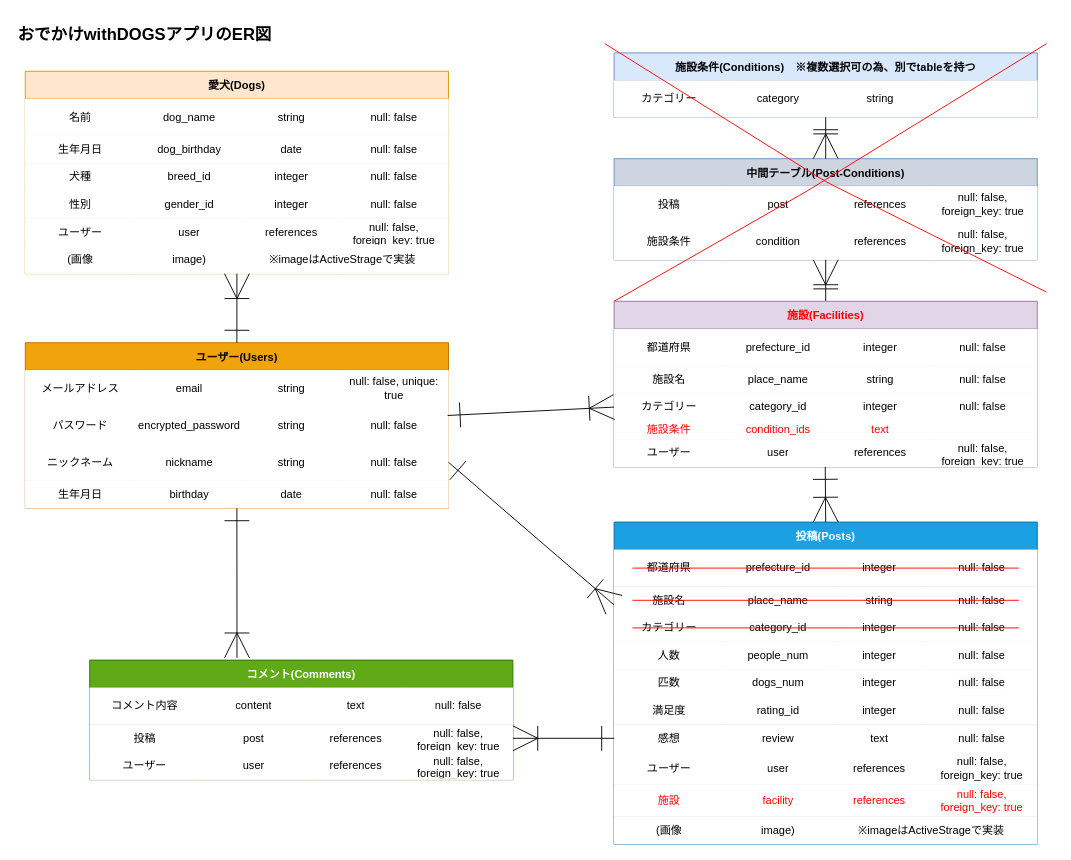
The draw.io diagram OwD_ER.dio in ChisatoMatoba/odekake-with-dogs, before the edit. Source tidied: cells renumbered, new cells numbered last; positions are measured from the earlier drawing's top-left corner, leaving out a move shared by most shapes. Both pictures are drawn from the tidied source at 92%, with x=0, y=0 at pixel (16, 16).
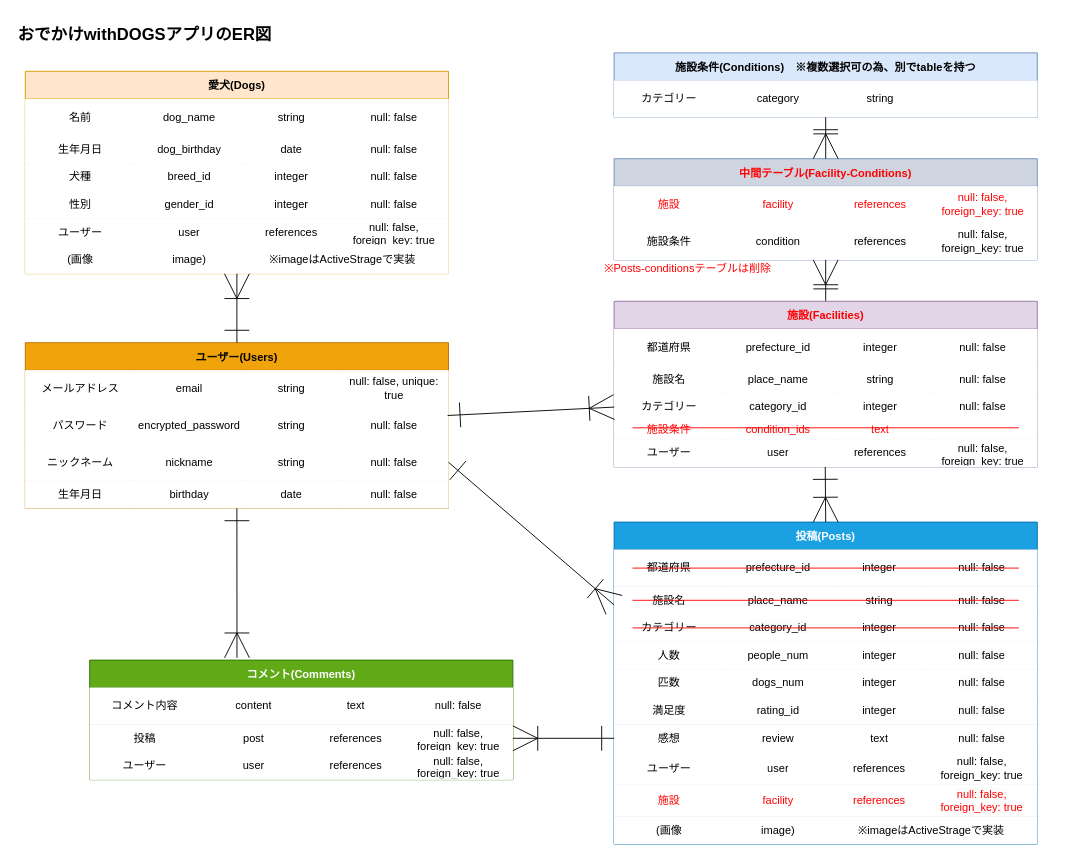
The same diagram, later.

Commit message (it also covers changes not shown here):
ER図変更(施設条件を中間テーブルで繋ぐ形に変更)

The change refers to these unchanged cells:
```xml
<mxCell id="134" style="shape=tableRow;horizontal=0;startSize=0;swimlaneHead=0;swimlaneBody=0;top=0;left=0;bottom=0;right=0;fillColor=#FFFFFF;strokeColor=#000000;" parent="133" vertex="1">
  <mxGeometry y="30" width="460" height="40" as="geometry" />
</mxCell>
```

Change to the diagram source:
```diff
@@
-    <mxCell id="133" value="中間テーブル(Post-Conditions)" style="shape=table;startSize=30;childLayout=tableLayout;fontStyle=1;align=center;fillColor=#CFD5E0;strokeColor=#6c8ebf;" parent="1" vertex="1">
+    <mxCell id="133" value="中間テーブル(Facility-Conditions)" style="shape=table;startSize=30;childLayout=tableLayout;fontStyle=1;align=center;fillColor=#CFD5E0;strokeColor=#6c8ebf;fontColor=#FF0000;" parent="1" vertex="1">
       <mxGeometry x="650" y="155" width="460" height="110" as="geometry" />
     </mxCell>
@@
-    <mxCell id="135" value="投稿" style="shape=partialRectangle;html=1;whiteSpace=wrap;fillColor=#FFFFFF;top=0;left=0;bottom=0;right=0;overflow=hidden;strokeColor=#000000;" parent="134" vertex="1">
+    <mxCell id="135" value="&lt;font color=&quot;#ff0000&quot;&gt;施設&lt;/font&gt;" style="shape=partialRectangle;html=1;whiteSpace=wrap;fillColor=#FFFFFF;top=0;left=0;bottom=0;right=0;overflow=hidden;strokeColor=#000000;" parent="134" vertex="1">
       <mxGeometry width="120" height="40" as="geometry" />
     </mxCell>
-    <mxCell id="136" value="post" style="shape=partialRectangle;html=1;whiteSpace=wrap;fillColor=#FFFFFF;top=0;left=0;bottom=0;right=0;overflow=hidden;strokeColor=#000000;" parent="134" vertex="1">
+    <mxCell id="136" value="&lt;font color=&quot;#ff0000&quot;&gt;facility&lt;/font&gt;" style="shape=partialRectangle;html=1;whiteSpace=wrap;fillColor=#FFFFFF;top=0;left=0;bottom=0;right=0;overflow=hidden;strokeColor=#000000;" parent="134" vertex="1">
       <mxGeometry x="120" width="117" height="40" as="geometry" />
     </mxCell>
-    <mxCell id="137" value="references" style="shape=partialRectangle;html=1;whiteSpace=wrap;fillColor=#FFFFFF;top=0;left=0;bottom=0;right=0;overflow=hidden;strokeColor=#000000;" parent="134" vertex="1">
+    <mxCell id="137" value="references" style="shape=partialRectangle;html=1;whiteSpace=wrap;fillColor=#FFFFFF;top=0;left=0;bottom=0;right=0;overflow=hidden;strokeColor=#000000;fontColor=#FF0000;" parent="134" vertex="1">
       <mxGeometry x="237" width="105" height="40" as="geometry" />
     </mxCell>
-    <mxCell id="138" value="null: false, foreign_key: true" style="shape=partialRectangle;html=1;whiteSpace=wrap;fillColor=#FFFFFF;top=0;left=0;bottom=0;right=0;overflow=hidden;strokeColor=#000000;" parent="134" vertex="1">
+    <mxCell id="138" value="null: false, foreign_key: true" style="shape=partialRectangle;html=1;whiteSpace=wrap;fillColor=#FFFFFF;top=0;left=0;bottom=0;right=0;overflow=hidden;strokeColor=#000000;fontColor=#FF0000;" parent="134" vertex="1">
       <mxGeometry x="342" width="118" height="40" as="geometry" />
     </mxCell>
@@
-    <mxCell id="177" style="endArrow=none;html=1;fontColor=#FF0000;strokeColor=#FF0000;" parent="1" edge="1">
-      <mxGeometry relative="1" as="geometry">
-        <mxPoint x="650" y="310" as="sourcePoint" />
-        <mxPoint x="1120" y="30" as="targetPoint" />
-        <Array as="points">
-          <mxPoint x="860" y="190" />
-        </Array>
-      </mxGeometry>
-    </mxCell>
-    <mxCell id="178" style="endArrow=none;html=1;fontColor=#FF0000;strokeColor=#FF0000;" parent="1" edge="1">
-      <mxGeometry relative="1" as="geometry">
-        <mxPoint x="640" y="30" as="sourcePoint" />
-        <mxPoint x="1120" y="300" as="targetPoint" />
-        <Array as="points">
-          <mxPoint x="880" y="180" />
-        </Array>
-      </mxGeometry>
-    </mxCell>
@@
+    <mxCell id="180" value="※Posts-conditionsテーブルは削除" style="text;html=1;align=center;verticalAlign=middle;strokeColor=none;fillColor=none;fontColor=#FF0000;" parent="1" vertex="1">
+      <mxGeometry x="630" y="260" width="200" height="30" as="geometry" />
+    </mxCell>
+    <mxCell id="181" style="endArrow=none;html=1;fontColor=#FF0000;strokeColor=#FF0000;" parent="1" edge="1">
+      <mxGeometry relative="1" as="geometry">
+        <mxPoint x="670" y="447.5" as="sourcePoint" />
+        <mxPoint x="1090" y="447.5" as="targetPoint" />
+        <Array as="points">
+          <mxPoint x="920" y="447.5" />
+        </Array>
+      </mxGeometry>
+    </mxCell>
```
